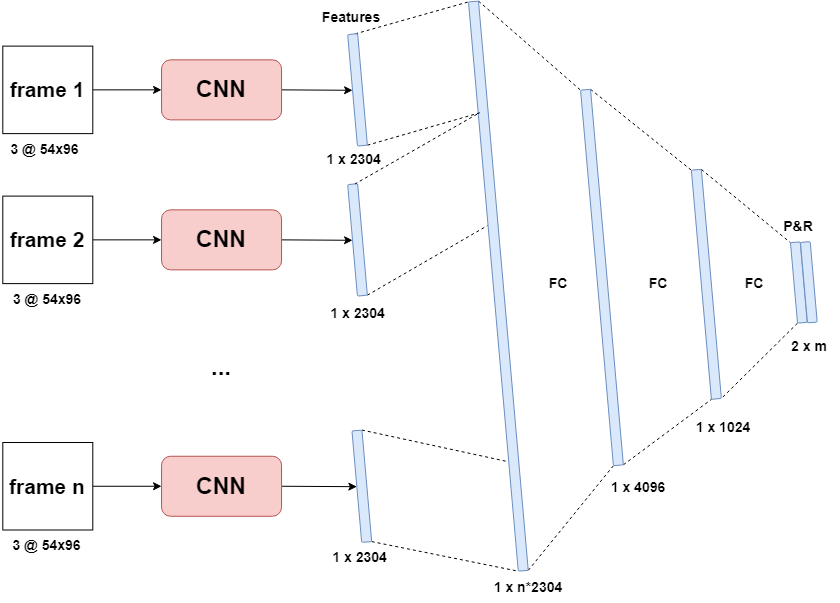
lancedw/3D-state-prediction-for-surface-vessels-using-IMU-data-and-images keeps this draw.io diagram as docs/Images/architectures/CNN_linear.drawio.png. Above is the earlier version. Source tidied: cells renumbered, new cells last; positions are measured from the earlier drawing's top-left corner, leaving out a move shared by most shapes. Source of this version:
```xml
<mxGraphModel>
  <root>
    <mxCell id="0" />
    <mxCell id="1" parent="0" />
    <mxCell id="2" value="&lt;font style=&quot;font-size: 14px;&quot;&gt;1 x 4096&lt;/font&gt;" style="text;html=1;strokeColor=none;fillColor=none;align=center;verticalAlign=middle;whiteSpace=wrap;rounded=0;fontStyle=1;fontSize=14;" parent="1" vertex="1">
      <mxGeometry x="598" y="470" width="80" height="30" as="geometry" />
    </mxCell>
    <mxCell id="3" value="&lt;font style=&quot;font-size: 14px;&quot;&gt;1 x 1024&lt;/font&gt;" style="text;html=1;strokeColor=none;fillColor=none;align=center;verticalAlign=middle;whiteSpace=wrap;rounded=0;fontStyle=1;fontSize=14;" parent="1" vertex="1">
      <mxGeometry x="688" y="410" width="70" height="30" as="geometry" />
    </mxCell>
    <mxCell id="4" value="FC" style="text;html=1;strokeColor=none;fillColor=none;align=center;verticalAlign=middle;whiteSpace=wrap;rounded=0;fontStyle=1;fontSize=14;" parent="1" vertex="1">
      <mxGeometry x="723.6" y="266.1" width="60" height="30" as="geometry" />
    </mxCell>
    <mxCell id="5" style="rounded=1;whiteSpace=wrap;html=1;glass=0;fontFamily=Helvetica;fontSize=14;fontColor=default;strokeColor=#6c8ebf;fillColor=#dae8fc;rotation=85;fontStyle=1;" parent="1" vertex="1">
      <mxGeometry x="590.9" y="276.9" width="230" height="10" as="geometry" />
    </mxCell>
    <mxCell id="6" style="endArrow=none;dashed=1;html=1;rounded=0;fontFamily=Helvetica;fontSize=14;fontColor=default;entryX=0;entryY=1;entryDx=0;entryDy=0;exitX=0;exitY=0;exitDx=0;exitDy=0;fontStyle=1;" parent="1" edge="1" source="5" target="8">
      <mxGeometry relative="1" as="geometry" />
    </mxCell>
    <mxCell id="7" style="endArrow=none;dashed=1;html=1;rounded=0;fontFamily=Helvetica;fontSize=14;fontColor=default;exitX=1;exitY=1;exitDx=0;exitDy=0;entryX=1;entryY=0;entryDx=0;entryDy=0;fontStyle=1;" parent="1" edge="1" source="8" target="5">
      <mxGeometry relative="1" as="geometry" />
    </mxCell>
    <mxCell id="8" style="rounded=1;whiteSpace=wrap;html=1;glass=0;fontFamily=Helvetica;fontSize=14;fontColor=default;strokeColor=#6c8ebf;fillColor=#dae8fc;rotation=85;fontStyle=1;" parent="1" vertex="1">
      <mxGeometry x="758" y="275.1" width="80.7" height="9.8" as="geometry" />
    </mxCell>
    <mxCell id="9" style="edgeStyle=none;shape=connector;rounded=0;jettySize=auto;html=1;exitX=0;exitY=0;exitDx=0;exitDy=0;entryX=0;entryY=1;entryDx=0;entryDy=0;dashed=1;labelBackgroundColor=default;fontFamily=Helvetica;fontSize=11;fontColor=default;endArrow=none;endFill=0;strokeColor=default;" parent="1" edge="1" source="10" target="48">
      <mxGeometry relative="1" as="geometry" />
    </mxCell>
    <mxCell id="10" style="rounded=1;whiteSpace=wrap;html=1;glass=0;fontFamily=Helvetica;fontSize=14;fontColor=default;strokeColor=#6c8ebf;fillColor=#dae8fc;rotation=85;fontStyle=1;" parent="1" vertex="1">
      <mxGeometry x="212.1" y="278.6" width="571.5" height="10" as="geometry" />
    </mxCell>
    <mxCell id="11" style="rounded=1;whiteSpace=wrap;html=1;glass=0;fontFamily=Helvetica;fontSize=14;fontColor=default;strokeColor=#6c8ebf;fillColor=#dae8fc;rotation=85;fontStyle=1;" parent="1" vertex="1">
      <mxGeometry x="768" y="274.9" width="80.7" height="9.8" as="geometry" />
    </mxCell>
    <mxCell id="12" value="&lt;span style=&quot;font-size: 14px;&quot;&gt;&lt;font style=&quot;font-size: 14px;&quot;&gt;P&amp;amp;R&lt;/font&gt;&lt;/span&gt;" style="text;html=1;strokeColor=none;fillColor=none;align=center;verticalAlign=middle;whiteSpace=wrap;rounded=0;fontStyle=1;fontSize=14;" parent="1" vertex="1">
      <mxGeometry x="768.4" y="208.6" width="60" height="30" as="geometry" />
    </mxCell>
    <mxCell id="13" value="&lt;span style=&quot;font-size: 14px;&quot;&gt;&lt;font style=&quot;font-size: 14px;&quot;&gt;2 x m&lt;/font&gt;&lt;/span&gt;" style="text;html=1;strokeColor=none;fillColor=none;align=center;verticalAlign=middle;whiteSpace=wrap;rounded=0;fontStyle=1;fontSize=14;" parent="1" vertex="1">
      <mxGeometry x="778.7" y="328.6" width="60" height="30" as="geometry" />
    </mxCell>
    <mxCell id="14" value="Features" style="text;html=1;strokeColor=none;fillColor=none;align=center;verticalAlign=middle;whiteSpace=wrap;rounded=0;fontStyle=1;fontSize=14;" parent="1" vertex="1">
      <mxGeometry x="321.1" width="60" height="30" as="geometry" />
    </mxCell>
    <mxCell id="15" value="&lt;font style=&quot;font-size: 14px;&quot;&gt;1 x n*2304&lt;/font&gt;" style="text;html=1;strokeColor=none;fillColor=none;align=center;verticalAlign=middle;whiteSpace=wrap;rounded=0;fontStyle=1;fontSize=14;" parent="1" vertex="1">
      <mxGeometry x="488" y="570" width="80" height="30" as="geometry" />
    </mxCell>
    <mxCell id="16" style="edgeStyle=none;shape=connector;rounded=0;jettySize=auto;html=1;exitX=1;exitY=0.5;exitDx=0;exitDy=0;entryX=0.5;entryY=1;entryDx=0;entryDy=0;labelBackgroundColor=default;fontFamily=Helvetica;fontSize=14;fontColor=default;endArrow=classic;endFill=1;strokeColor=default;fontStyle=1;" parent="1" edge="1" source="17" target="25">
      <mxGeometry relative="1" as="geometry" />
    </mxCell>
    <mxCell id="17" value="&lt;h1 style=&quot;font-size: 23px;&quot;&gt;CNN&lt;/h1&gt;" style="rounded=1;whiteSpace=wrap;html=1;glass=0;fontFamily=Helvetica;fontSize=23;strokeColor=#b85450;fillColor=#f8cecc;fontStyle=1;" parent="1" vertex="1">
      <mxGeometry x="161" y="57.4" width="120" height="60" as="geometry" />
    </mxCell>
    <mxCell id="18" style="edgeStyle=none;shape=connector;rounded=0;jettySize=auto;html=1;exitX=1;exitY=0.5;exitDx=0;exitDy=0;entryX=0.5;entryY=1;entryDx=0;entryDy=0;labelBackgroundColor=default;fontFamily=Helvetica;fontSize=14;fontColor=default;endArrow=classic;endFill=1;strokeColor=default;fontStyle=1;" parent="1" edge="1" source="19" target="27">
      <mxGeometry relative="1" as="geometry" />
    </mxCell>
    <mxCell id="19" value="&lt;h1 style=&quot;font-size: 23px;&quot;&gt;CNN&lt;/h1&gt;" style="rounded=1;whiteSpace=wrap;html=1;glass=0;fontFamily=Helvetica;fontSize=23;strokeColor=#b85450;fillColor=#f8cecc;fontStyle=1;" parent="1" vertex="1">
      <mxGeometry x="161" y="207.4" width="120" height="60" as="geometry" />
    </mxCell>
    <mxCell id="20" style="rounded=0;jettySize=auto;html=1;exitX=1;exitY=0.5;exitDx=0;exitDy=0;entryX=0.5;entryY=1;entryDx=0;entryDy=0;endArrow=classic;endFill=1;fontStyle=1;fontSize=14;" parent="1" edge="1" source="21" target="32">
      <mxGeometry relative="1" as="geometry" />
    </mxCell>
    <mxCell id="21" value="&lt;h1 style=&quot;font-size: 23px;&quot;&gt;CNN&lt;/h1&gt;" style="rounded=1;whiteSpace=wrap;html=1;glass=0;fontFamily=Helvetica;fontSize=23;strokeColor=#b85450;fillColor=#f8cecc;fontStyle=1;" parent="1" vertex="1">
      <mxGeometry x="161" y="453.8" width="120" height="60" as="geometry" />
    </mxCell>
    <mxCell id="22" value="&lt;h1 style=&quot;font-size: 24px;&quot;&gt;...&lt;/h1&gt;" style="text;html=1;strokeColor=none;fillColor=none;align=center;verticalAlign=middle;whiteSpace=wrap;rounded=0;glass=0;fontFamily=Helvetica;fontSize=24;fontColor=default;fontStyle=1;" parent="1" vertex="1">
      <mxGeometry x="191" y="350" width="60" height="30" as="geometry" />
    </mxCell>
    <mxCell id="23" style="edgeStyle=none;shape=connector;rounded=0;jettySize=auto;html=1;exitX=0;exitY=0.25;exitDx=0;exitDy=0;entryX=0;entryY=1;entryDx=0;entryDy=0;dashed=1;labelBackgroundColor=default;fontFamily=Helvetica;fontSize=14;fontColor=default;endArrow=none;endFill=0;strokeColor=default;fontStyle=1;" parent="1" edge="1" source="25" target="10">
      <mxGeometry relative="1" as="geometry" />
    </mxCell>
    <mxCell id="24" style="edgeStyle=none;shape=connector;rounded=0;jettySize=auto;html=1;exitX=1;exitY=0;exitDx=0;exitDy=0;entryX=0.195;entryY=0.837;entryDx=0;entryDy=0;entryPerimeter=0;dashed=1;labelBackgroundColor=default;fontFamily=Helvetica;fontSize=14;fontColor=default;endArrow=none;endFill=0;strokeColor=default;fontStyle=1;" parent="1" edge="1" source="25" target="10">
      <mxGeometry relative="1" as="geometry" />
    </mxCell>
    <mxCell id="25" style="rounded=1;whiteSpace=wrap;html=1;glass=0;fontFamily=Helvetica;fontSize=14;fontColor=default;strokeColor=#6c8ebf;fillColor=#dae8fc;rotation=85;fontStyle=1;" parent="1" vertex="1">
      <mxGeometry x="301" y="82.4" width="112" height="10" as="geometry" />
    </mxCell>
    <mxCell id="26" style="edgeStyle=none;shape=connector;rounded=0;jettySize=auto;html=1;exitX=1;exitY=0;exitDx=0;exitDy=0;entryX=0.393;entryY=1.071;entryDx=0;entryDy=0;entryPerimeter=0;dashed=1;labelBackgroundColor=default;fontFamily=Helvetica;fontSize=14;fontColor=default;endArrow=none;endFill=0;strokeColor=default;fontStyle=1;" parent="1" edge="1" source="27" target="10">
      <mxGeometry relative="1" as="geometry" />
    </mxCell>
    <mxCell id="27" style="rounded=1;whiteSpace=wrap;html=1;glass=0;fontFamily=Helvetica;fontSize=14;fontColor=default;strokeColor=#6c8ebf;fillColor=#dae8fc;rotation=85;fontStyle=1;" parent="1" vertex="1">
      <mxGeometry x="301" y="232.4" width="112" height="10" as="geometry" />
    </mxCell>
    <mxCell id="28" style="edgeStyle=none;shape=connector;rounded=0;jettySize=auto;html=1;exitX=0.197;exitY=1.126;exitDx=0;exitDy=0;entryX=0;entryY=0.25;entryDx=0;entryDy=0;dashed=1;labelBackgroundColor=default;fontFamily=Helvetica;fontSize=14;fontColor=default;endArrow=none;endFill=0;strokeColor=default;exitPerimeter=0;fontStyle=1;" parent="1" edge="1" source="10" target="27">
      <mxGeometry relative="1" as="geometry" />
    </mxCell>
    <mxCell id="29" style="edgeStyle=none;shape=connector;rounded=0;orthogonalLoop=1;jettySize=auto;html=1;exitX=0.75;exitY=0;exitDx=0;exitDy=0;dashed=1;labelBackgroundColor=default;fontFamily=Helvetica;fontSize=14;fontColor=default;endArrow=none;endFill=0;strokeColor=default;fontStyle=1;" parent="1" edge="1" source="19" target="19">
      <mxGeometry relative="1" as="geometry" />
    </mxCell>
    <mxCell id="30" style="edgeStyle=none;shape=connector;rounded=0;jettySize=auto;html=1;exitX=1;exitY=0;exitDx=0;exitDy=0;entryX=1;entryY=1;entryDx=0;entryDy=0;dashed=1;labelBackgroundColor=default;fontFamily=Helvetica;fontSize=14;fontColor=default;endArrow=none;endFill=0;strokeColor=default;fontStyle=1;" parent="1" edge="1" source="32" target="10">
      <mxGeometry relative="1" as="geometry" />
    </mxCell>
    <mxCell id="31" style="edgeStyle=none;shape=connector;rounded=0;jettySize=auto;html=1;exitX=0;exitY=0;exitDx=0;exitDy=0;entryX=0.807;entryY=1.153;entryDx=0;entryDy=0;entryPerimeter=0;dashed=1;labelBackgroundColor=default;fontFamily=Helvetica;fontSize=14;fontColor=default;endArrow=none;endFill=0;strokeColor=default;fontStyle=1;" parent="1" edge="1" source="32" target="10">
      <mxGeometry relative="1" as="geometry" />
    </mxCell>
    <mxCell id="32" style="rounded=1;whiteSpace=wrap;html=1;glass=0;fontFamily=Helvetica;fontSize=14;fontColor=default;strokeColor=#6c8ebf;fillColor=#dae8fc;rotation=85;fontStyle=1;" parent="1" vertex="1">
      <mxGeometry x="305.3" y="478.8" width="112" height="10" as="geometry" />
    </mxCell>
    <mxCell id="33" style="edgeStyle=orthogonalEdgeStyle;shape=connector;rounded=0;jettySize=auto;html=1;exitX=1;exitY=0.5;exitDx=0;exitDy=0;entryX=0;entryY=0.5;entryDx=0;entryDy=0;labelBackgroundColor=default;fontFamily=Helvetica;fontSize=14;fontColor=default;endArrow=classic;endFill=1;strokeColor=default;fontStyle=1;" parent="1" edge="1" source="34" target="17">
      <mxGeometry relative="1" as="geometry" />
    </mxCell>
    <mxCell id="34" value="frame 1" style="rounded=0;whiteSpace=wrap;html=1;fontFamily=Helvetica;fontSize=21;fontColor=default;fontStyle=1;" parent="1" vertex="1">
      <mxGeometry x="2.3" y="43.6" width="90" height="87.5" as="geometry" />
    </mxCell>
    <mxCell id="35" style="edgeStyle=orthogonalEdgeStyle;shape=connector;rounded=0;jettySize=auto;html=1;exitX=1;exitY=0.5;exitDx=0;exitDy=0;entryX=0;entryY=0.5;entryDx=0;entryDy=0;labelBackgroundColor=default;fontFamily=Helvetica;fontSize=14;fontColor=default;endArrow=classic;endFill=1;strokeColor=default;fontStyle=1;" parent="1" edge="1" source="36" target="19">
      <mxGeometry relative="1" as="geometry" />
    </mxCell>
    <mxCell id="36" value="frame 2" style="rounded=0;whiteSpace=wrap;html=1;fontFamily=Helvetica;fontSize=21;fontColor=default;fontStyle=1;" parent="1" vertex="1">
      <mxGeometry x="2.3" y="193.6" width="90" height="87.5" as="geometry" />
    </mxCell>
    <mxCell id="37" style="edgeStyle=orthogonalEdgeStyle;shape=connector;rounded=0;jettySize=auto;html=1;exitX=1;exitY=0.5;exitDx=0;exitDy=0;entryX=0;entryY=0.5;entryDx=0;entryDy=0;labelBackgroundColor=default;fontFamily=Helvetica;fontSize=14;fontColor=default;endArrow=classic;endFill=1;strokeColor=default;fontStyle=1;" parent="1" edge="1" source="38" target="21">
      <mxGeometry relative="1" as="geometry" />
    </mxCell>
    <mxCell id="38" value="frame n" style="rounded=0;whiteSpace=wrap;html=1;fontFamily=Helvetica;fontSize=21;fontColor=default;fontStyle=1;" parent="1" vertex="1">
      <mxGeometry x="2.3" y="440" width="90" height="87.5" as="geometry" />
    </mxCell>
    <mxCell id="39" value="&lt;font style=&quot;font-size: 14px;&quot;&gt;3 @ 54x96&lt;/font&gt;" style="text;html=1;strokeColor=none;fillColor=none;align=center;verticalAlign=middle;whiteSpace=wrap;rounded=0;fontStyle=1;fontSize=14;" parent="1" vertex="1">
      <mxGeometry x="2.3" y="131.1" width="85" height="31.2" as="geometry" />
    </mxCell>
    <mxCell id="40" value="&lt;font style=&quot;font-size: 14px;&quot;&gt;3 @ 54x96&lt;/font&gt;" style="text;html=1;strokeColor=none;fillColor=none;align=center;verticalAlign=middle;whiteSpace=wrap;rounded=0;fontStyle=1;fontSize=14;" parent="1" vertex="1">
      <mxGeometry x="-0.2" y="527.5" width="92.5" height="31.2" as="geometry" />
    </mxCell>
    <mxCell id="41" value="&lt;font style=&quot;font-size: 14px;&quot;&gt;3 @ 54x96&lt;/font&gt;" style="text;html=1;strokeColor=none;fillColor=none;align=center;verticalAlign=middle;whiteSpace=wrap;rounded=0;fontStyle=1;fontSize=14;" parent="1" vertex="1">
      <mxGeometry x="2.3" y="281.1" width="90" height="31.2" as="geometry" />
    </mxCell>
    <mxCell id="42" value="&lt;font style=&quot;font-size: 14px;&quot;&gt;1 x 2304&amp;nbsp;&lt;/font&gt;" style="text;html=1;strokeColor=none;fillColor=none;align=center;verticalAlign=middle;whiteSpace=wrap;rounded=0;fontStyle=1;fontSize=14;" parent="1" vertex="1">
      <mxGeometry x="321.1" y="142.4" width="69" height="30" as="geometry" />
    </mxCell>
    <mxCell id="43" value="&lt;font style=&quot;font-size: 14px;&quot;&gt;1 x 2304&amp;nbsp;&lt;/font&gt;" style="text;html=1;strokeColor=none;fillColor=none;align=center;verticalAlign=middle;whiteSpace=wrap;rounded=0;fontStyle=1;fontSize=14;" parent="1" vertex="1">
      <mxGeometry x="326.8" y="296.1" width="65" height="30" as="geometry" />
    </mxCell>
    <mxCell id="44" value="&lt;font style=&quot;font-size: 14px;&quot;&gt;1 x 2304&amp;nbsp;&lt;/font&gt;" style="text;html=1;strokeColor=none;fillColor=none;align=center;verticalAlign=middle;whiteSpace=wrap;rounded=0;fontStyle=1;fontSize=14;" parent="1" vertex="1">
      <mxGeometry x="326.8" y="540" width="69" height="30" as="geometry" />
    </mxCell>
    <mxCell id="45" style="edgeStyle=none;rounded=0;jettySize=auto;html=1;exitX=0;exitY=0;exitDx=0;exitDy=0;entryX=0;entryY=1;entryDx=0;entryDy=0;dashed=1;endArrow=none;endFill=0;" parent="1" edge="1" source="48" target="5">
      <mxGeometry relative="1" as="geometry" />
    </mxCell>
    <mxCell id="46" style="edgeStyle=none;shape=connector;rounded=0;jettySize=auto;html=1;exitX=1;exitY=0;exitDx=0;exitDy=0;entryX=1;entryY=1;entryDx=0;entryDy=0;dashed=1;labelBackgroundColor=default;fontFamily=Helvetica;fontSize=11;fontColor=default;endArrow=none;endFill=0;strokeColor=default;" parent="1" edge="1" source="48" target="5">
      <mxGeometry relative="1" as="geometry" />
    </mxCell>
    <mxCell id="47" style="edgeStyle=none;shape=connector;rounded=0;jettySize=auto;html=1;exitX=1;exitY=1;exitDx=0;exitDy=0;entryX=1;entryY=0;entryDx=0;entryDy=0;dashed=1;labelBackgroundColor=default;fontFamily=Helvetica;fontSize=11;fontColor=default;endArrow=none;endFill=0;strokeColor=default;" parent="1" edge="1" source="48" target="10">
      <mxGeometry relative="1" as="geometry" />
    </mxCell>
    <mxCell id="48" style="rounded=1;whiteSpace=wrap;html=1;glass=0;fontFamily=Helvetica;fontSize=14;fontColor=default;strokeColor=#6c8ebf;fillColor=#dae8fc;rotation=85;fontStyle=1;" parent="1" vertex="1">
      <mxGeometry x="413" y="270" width="376.9" height="10" as="geometry" />
    </mxCell>
    <mxCell id="49" value="FC" style="text;html=1;strokeColor=none;fillColor=none;align=center;verticalAlign=middle;whiteSpace=wrap;rounded=0;fontStyle=1;fontSize=14;" parent="1" vertex="1">
      <mxGeometry x="528" y="266.1" width="60" height="30" as="geometry" />
    </mxCell>
    <mxCell id="50" value="FC" style="text;html=1;strokeColor=none;fillColor=none;align=center;verticalAlign=middle;whiteSpace=wrap;rounded=0;fontStyle=1;fontSize=14;" parent="1" vertex="1">
      <mxGeometry x="628" y="266.1" width="60" height="30" as="geometry" />
    </mxCell>
  </root>
</mxGraphModel>
```
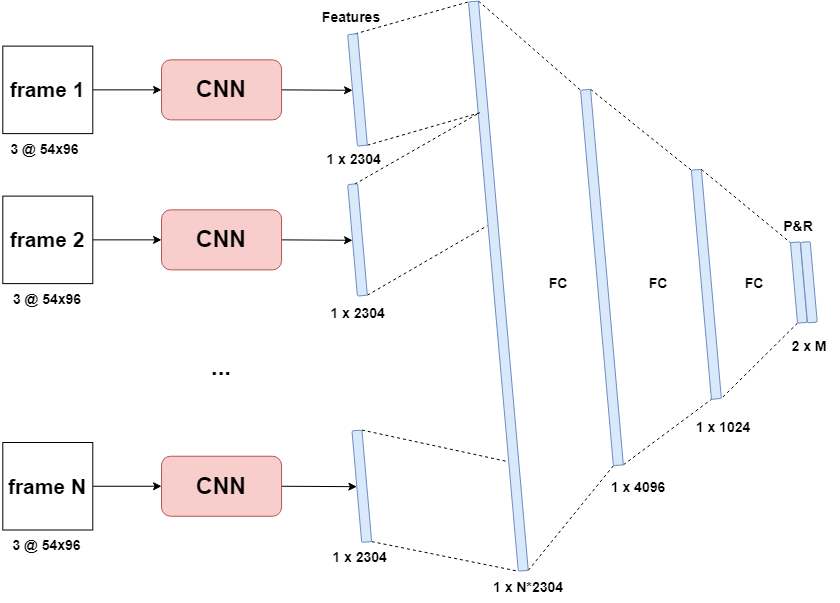
Above is the later version.

Change to the diagram source:
```diff
@@ -35,13 +35,13 @@
     <mxCell id="12" value="&lt;span style=&quot;font-size: 14px;&quot;&gt;&lt;font style=&quot;font-size: 14px;&quot;&gt;P&amp;amp;R&lt;/font&gt;&lt;/span&gt;" style="text;html=1;strokeColor=none;fillColor=none;align=center;verticalAlign=middle;whiteSpace=wrap;rounded=0;fontStyle=1;fontSize=14;" parent="1" vertex="1">
       <mxGeometry x="768.4" y="208.6" width="60" height="30" as="geometry" />
     </mxCell>
-    <mxCell id="13" value="&lt;span style=&quot;font-size: 14px;&quot;&gt;&lt;font style=&quot;font-size: 14px;&quot;&gt;2 x m&lt;/font&gt;&lt;/span&gt;" style="text;html=1;strokeColor=none;fillColor=none;align=center;verticalAlign=middle;whiteSpace=wrap;rounded=0;fontStyle=1;fontSize=14;" parent="1" vertex="1">
+    <mxCell id="13" value="&lt;span style=&quot;font-size: 14px;&quot;&gt;&lt;font style=&quot;font-size: 14px;&quot;&gt;2 x M&lt;/font&gt;&lt;/span&gt;" style="text;html=1;strokeColor=none;fillColor=none;align=center;verticalAlign=middle;whiteSpace=wrap;rounded=0;fontStyle=1;fontSize=14;" parent="1" vertex="1">
       <mxGeometry x="778.7" y="328.6" width="60" height="30" as="geometry" />
     </mxCell>
     <mxCell id="14" value="Features" style="text;html=1;strokeColor=none;fillColor=none;align=center;verticalAlign=middle;whiteSpace=wrap;rounded=0;fontStyle=1;fontSize=14;" parent="1" vertex="1">
       <mxGeometry x="321.1" width="60" height="30" as="geometry" />
     </mxCell>
-    <mxCell id="15" value="&lt;font style=&quot;font-size: 14px;&quot;&gt;1 x n*2304&lt;/font&gt;" style="text;html=1;strokeColor=none;fillColor=none;align=center;verticalAlign=middle;whiteSpace=wrap;rounded=0;fontStyle=1;fontSize=14;" parent="1" vertex="1">
+    <mxCell id="15" value="&lt;font style=&quot;font-size: 14px;&quot;&gt;1 x N*2304&lt;/font&gt;" style="text;html=1;strokeColor=none;fillColor=none;align=center;verticalAlign=middle;whiteSpace=wrap;rounded=0;fontStyle=1;fontSize=14;" parent="1" vertex="1">
       <mxGeometry x="488" y="570" width="80" height="30" as="geometry" />
     </mxCell>
     <mxCell id="16" style="edgeStyle=none;shape=connector;rounded=0;jettySize=auto;html=1;exitX=1;exitY=0.5;exitDx=0;exitDy=0;entryX=0.5;entryY=1;entryDx=0;entryDy=0;labelBackgroundColor=default;fontFamily=Helvetica;fontSize=14;fontColor=default;endArrow=classic;endFill=1;strokeColor=default;fontStyle=1;" parent="1" edge="1" source="17" target="25">
@@ -110,7 +110,7 @@
     <mxCell id="37" style="edgeStyle=orthogonalEdgeStyle;shape=connector;rounded=0;jettySize=auto;html=1;exitX=1;exitY=0.5;exitDx=0;exitDy=0;entryX=0;entryY=0.5;entryDx=0;entryDy=0;labelBackgroundColor=default;fontFamily=Helvetica;fontSize=14;fontColor=default;endArrow=classic;endFill=1;strokeColor=default;fontStyle=1;" parent="1" edge="1" source="38" target="21">
       <mxGeometry relative="1" as="geometry" />
     </mxCell>
-    <mxCell id="38" value="frame n" style="rounded=0;whiteSpace=wrap;html=1;fontFamily=Helvetica;fontSize=21;fontColor=default;fontStyle=1;" parent="1" vertex="1">
+    <mxCell id="38" value="frame N" style="rounded=0;whiteSpace=wrap;html=1;fontFamily=Helvetica;fontSize=21;fontColor=default;fontStyle=1;" parent="1" vertex="1">
       <mxGeometry x="2.3" y="440" width="90" height="87.5" as="geometry" />
     </mxCell>
     <mxCell id="39" value="&lt;font style=&quot;font-size: 14px;&quot;&gt;3 @ 54x96&lt;/font&gt;" style="text;html=1;strokeColor=none;fillColor=none;align=center;verticalAlign=middle;whiteSpace=wrap;rounded=0;fontStyle=1;fontSize=14;" parent="1" vertex="1">
```
